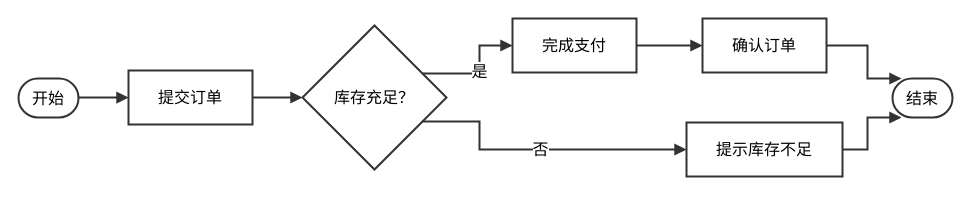
Above: system/skills/uml-diagrams-new/examples/preview/flowchart-order-confirm.drawio in willyu1007/AI-Related-Auxiliary (draw.io), before the change. Source tidied: cells renumbered, new cells numbered last; positions are measured from the earlier drawing's top-left corner, leaving out a move shared by most shapes. Both pictures are drawn from the tidied source at 100%, with x=0, y=0 at pixel (18, 18).
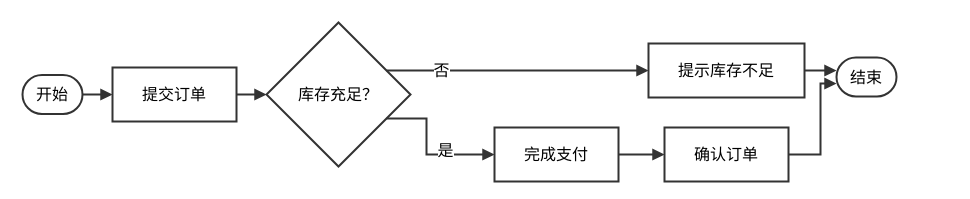
The same diagram, later.

What changed in the source:
```diff
@@
     <mxCell id="2" value="开始" style="html=1;rounded=1;whiteSpace=wrap;arcSize=50;strokeWidth=2;fillColor=#ffffff;strokeColor=#333333;fontColor=#000000;fontFamily=Microsoft YaHei;fontSize=16;" parent="1" vertex="1">
-      <mxGeometry y="60" width="60" height="39" as="geometry" />
+      <mxGeometry x="4" y="56.5" width="60" height="39" as="geometry" />
     </mxCell>
     <mxCell id="3" value="提交订单" style="html=1;whiteSpace=wrap;strokeWidth=2;fillColor=#ffffff;strokeColor=#333333;fontColor=#000000;fontFamily=Microsoft YaHei;fontSize=16;" parent="1" vertex="1">
-      <mxGeometry x="110" y="52" width="124" height="54" as="geometry" />
+      <mxGeometry x="94" y="49" width="124" height="54" as="geometry" />
     </mxCell>
     <mxCell id="4" value="库存充足？" style="rhombus;html=1;strokeWidth=2;whiteSpace=wrap;fillColor=#ffffff;strokeColor=#333333;fontColor=#000000;fontFamily=Microsoft YaHei;fontSize=16;" parent="1" vertex="1">
-      <mxGeometry x="284" y="7" width="144" height="144" as="geometry" />
+      <mxGeometry x="248" y="4" width="144" height="144" as="geometry" />
     </mxCell>
     <mxCell id="5" value="完成支付" style="html=1;whiteSpace=wrap;strokeWidth=2;fillColor=#ffffff;strokeColor=#333333;fontColor=#000000;fontFamily=Microsoft YaHei;fontSize=16;" parent="1" vertex="1">
-      <mxGeometry x="494" width="124" height="54" as="geometry" />
+      <mxGeometry x="476" y="109" width="124" height="54" as="geometry" />
     </mxCell>
     <mxCell id="6" value="确认订单" style="html=1;whiteSpace=wrap;strokeWidth=2;fillColor=#ffffff;strokeColor=#333333;fontColor=#000000;fontFamily=Microsoft YaHei;fontSize=16;" parent="1" vertex="1">
-      <mxGeometry x="684" width="124" height="54" as="geometry" />
+      <mxGeometry x="646" y="109" width="124" height="54" as="geometry" />
     </mxCell>
     <mxCell id="7" value="结束" style="html=1;rounded=1;whiteSpace=wrap;arcSize=50;strokeWidth=2;fillColor=#ffffff;strokeColor=#333333;fontColor=#000000;fontFamily=Microsoft YaHei;fontSize=16;" parent="1" vertex="1">
-      <mxGeometry x="874" y="60" width="60" height="39" as="geometry" />
+      <mxGeometry x="818" y="39" width="60" height="39" as="geometry" />
     </mxCell>
     <mxCell id="8" value="提示库存不足" style="html=1;whiteSpace=wrap;strokeWidth=2;fillColor=#ffffff;strokeColor=#333333;fontColor=#000000;fontFamily=Microsoft YaHei;fontSize=16;" parent="1" vertex="1">
-      <mxGeometry x="668" y="104" width="156" height="54" as="geometry" />
+      <mxGeometry x="630" y="25" width="156" height="54" as="geometry" />
     </mxCell>
-    <mxCell id="9" style="curved=0;startArrow=none;endArrow=block;endSize=7;strokeColor=#333333;exitX=1;exitY=0.49;entryX=0;entryY=0.5;fontFamily=Microsoft YaHei;fontSize=14;fontColor=#000000;strokeWidth=2;labelBackgroundColor=#ffffff;endFill=1;edgeStyle=orthogonalEdgeStyle;rounded=0;" parent="1" edge="1" source="2" target="3">
-      <mxGeometry relative="1" as="geometry" />
+    <mxCell id="9" style="edgeStyle=orthogonalEdgeStyle;rounded=0;curved=0;startArrow=none;endArrow=block;endSize=7;strokeColor=#333333;exitX=1;exitY=0.5;entryX=0;entryY=0.5;fontFamily=Microsoft YaHei;fontSize=14;fontColor=#000000;strokeWidth=2;labelBackgroundColor=#ffffff;endFill=1;" parent="1" edge="1" source="2" target="3">
+      <mxGeometry relative="1" as="geometry">
+        <Array as="points">
+          <mxPoint x="79" y="76" />
+        </Array>
+      </mxGeometry>
     </mxCell>
-    <mxCell id="10" style="curved=0;startArrow=none;endArrow=block;endSize=7;strokeColor=#333333;exitX=1;exitY=0.5;entryX=0;entryY=0.5;fontFamily=Microsoft YaHei;fontSize=14;fontColor=#000000;strokeWidth=2;labelBackgroundColor=#ffffff;endFill=1;edgeStyle=orthogonalEdgeStyle;rounded=0;" parent="1" edge="1" source="3" target="4">
-      <mxGeometry relative="1" as="geometry" />
+    <mxCell id="10" style="edgeStyle=orthogonalEdgeStyle;rounded=0;curved=0;startArrow=none;endArrow=block;endSize=7;strokeColor=#333333;exitX=1;exitY=0.5;entryX=0;entryY=0.5;fontFamily=Microsoft YaHei;fontSize=14;fontColor=#000000;strokeWidth=2;labelBackgroundColor=#ffffff;endFill=1;" parent="1" edge="1" source="3" target="4">
+      <mxGeometry relative="1" as="geometry">
+        <Array as="points">
+          <mxPoint x="233" y="76" />
+        </Array>
+      </mxGeometry>
     </mxCell>
-    <mxCell id="11" value="是" style="curved=0;startArrow=none;endArrow=block;endSize=7;strokeColor=#333333;html=1;fontSize=16;labelBackgroundColor=#ffffff;fontFamily=Microsoft YaHei;fontColor=#000000;exitX=1;exitY=0.25;entryX=0;entryY=0.5;strokeWidth=2;endFill=1;edgeStyle=orthogonalEdgeStyle;rounded=0;" parent="1" edge="1" source="4" target="5">
+    <mxCell id="11" value="是" style="edgeStyle=orthogonalEdgeStyle;rounded=0;curved=0;startArrow=none;endArrow=block;endSize=7;strokeColor=#333333;html=1;fontSize=16;labelBackgroundColor=#ffffff;fontFamily=Microsoft YaHei;fontColor=#000000;exitX=0.8333;exitY=0.6667;entryX=0;entryY=0.5;strokeWidth=2;endFill=1;" parent="1" edge="1" source="4" target="5">
       <mxGeometry relative="1" as="geometry">
         <Array as="points">
-          <mxPoint x="461" y="27" />
+          <mxPoint x="408" y="100" />
+          <mxPoint x="408" y="136" />
         </Array>
+        <mxPoint x="19" as="offset" />
       </mxGeometry>
     </mxCell>
-    <mxCell id="12" style="curved=0;startArrow=none;endArrow=block;endSize=7;strokeColor=#333333;exitX=1;exitY=0.5;entryX=0;entryY=0.5;fontFamily=Microsoft YaHei;fontSize=14;fontColor=#000000;strokeWidth=2;labelBackgroundColor=#ffffff;endFill=1;edgeStyle=orthogonalEdgeStyle;rounded=0;" parent="1" edge="1" source="5" target="6">
-      <mxGeometry relative="1" as="geometry" />
+    <mxCell id="12" style="edgeStyle=orthogonalEdgeStyle;rounded=0;curved=0;startArrow=none;endArrow=block;endSize=7;strokeColor=#333333;exitX=1;exitY=0.5;entryX=0;entryY=0.5;fontFamily=Microsoft YaHei;fontSize=14;fontColor=#000000;strokeWidth=2;labelBackgroundColor=#ffffff;endFill=1;" parent="1" edge="1" source="5" target="6">
+      <mxGeometry relative="1" as="geometry">
+        <Array as="points">
+          <mxPoint x="623" y="136" />
+        </Array>
+      </mxGeometry>
     </mxCell>
-    <mxCell id="13" style="curved=0;startArrow=none;endArrow=block;endSize=7;strokeColor=#333333;exitX=1;exitY=0.5;entryX=0.15;entryY=0;fontFamily=Microsoft YaHei;fontSize=14;fontColor=#000000;strokeWidth=2;labelBackgroundColor=#ffffff;endFill=1;edgeStyle=orthogonalEdgeStyle;rounded=0;" parent="1" edge="1" source="6" target="7">
+    <mxCell id="13" style="edgeStyle=orthogonalEdgeStyle;rounded=0;curved=0;startArrow=none;endArrow=block;endSize=7;strokeColor=#333333;exitX=1;exitY=0.5;entryX=0;entryY=0.6667;fontFamily=Microsoft YaHei;fontSize=14;fontColor=#000000;strokeWidth=2;labelBackgroundColor=#ffffff;endFill=1;" parent="1" edge="1" source="6" target="7">
       <mxGeometry relative="1" as="geometry">
         <Array as="points">
-          <mxPoint x="849" y="27" />
+          <mxPoint x="802" y="136" />
+          <mxPoint x="802" y="65" />
         </Array>
       </mxGeometry>
     </mxCell>
-    <mxCell id="14" value="否" style="curved=0;startArrow=none;endArrow=block;endSize=7;strokeColor=#333333;html=1;fontSize=16;labelBackgroundColor=#ffffff;fontFamily=Microsoft YaHei;fontColor=#000000;exitX=1;exitY=0.75;entryX=0;entryY=0.5;strokeWidth=2;endFill=1;edgeStyle=orthogonalEdgeStyle;rounded=0;" parent="1" edge="1" source="4" target="8">
+    <mxCell id="14" value="否" style="edgeStyle=orthogonalEdgeStyle;rounded=0;curved=0;startArrow=none;endArrow=block;endSize=7;strokeColor=#333333;html=1;fontSize=16;labelBackgroundColor=#ffffff;fontFamily=Microsoft YaHei;fontColor=#000000;exitX=0.8333;exitY=0.3333;entryX=0;entryY=0.5;strokeWidth=2;endFill=1;" parent="1" edge="1" source="4" target="8">
       <mxGeometry relative="1" as="geometry">
         <Array as="points">
-          <mxPoint x="461" y="131" />
-          <mxPoint x="556" y="131" />
-          <mxPoint x="643" y="131" />
+          <mxPoint x="538" y="52" />
         </Array>
+        <mxPoint x="-76" as="offset" />
       </mxGeometry>
     </mxCell>
-    <mxCell id="15" style="curved=0;startArrow=none;endArrow=block;endSize=7;strokeColor=#333333;exitX=1;exitY=0.5;entryX=0.15;entryY=1;fontFamily=Microsoft YaHei;fontSize=14;fontColor=#000000;strokeWidth=2;labelBackgroundColor=#ffffff;endFill=1;edgeStyle=orthogonalEdgeStyle;rounded=0;" parent="1" edge="1" source="8" target="7">
+    <mxCell id="15" style="edgeStyle=orthogonalEdgeStyle;rounded=0;curved=0;startArrow=none;endArrow=block;endSize=7;strokeColor=#333333;exitX=1;exitY=0.5;entryX=0;entryY=0.3333;fontFamily=Microsoft YaHei;fontSize=14;fontColor=#000000;strokeWidth=2;labelBackgroundColor=#ffffff;endFill=1;" parent="1" edge="1" source="8" target="7">
       <mxGeometry relative="1" as="geometry">
         <Array as="points">
-          <mxPoint x="849" y="131" />
+          <mxPoint x="802" y="52" />
         </Array>
       </mxGeometry>
     </mxCell>
```
